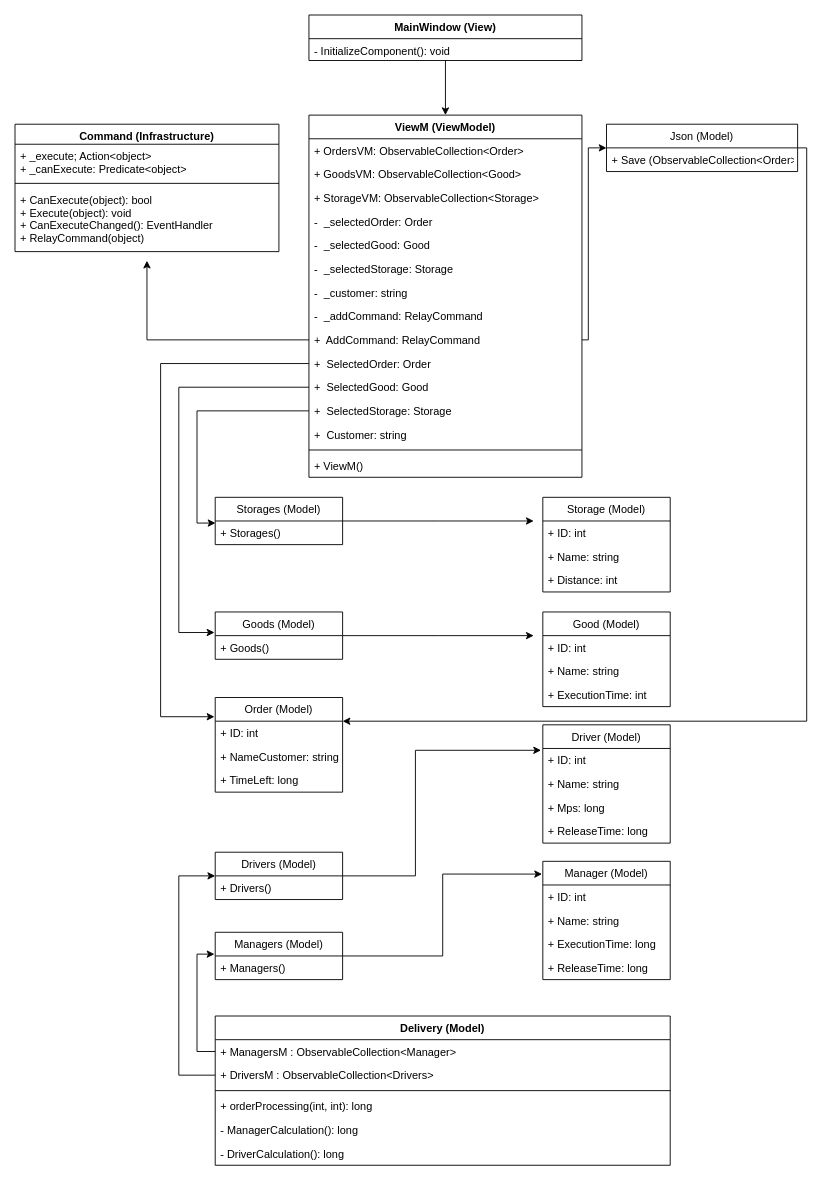
Above: Діаграми для 3-4 лр/trpz4_class.drawio in crowl1/trpz (draw.io), before the change. Source tidied: cells renumbered, new cells numbered last; positions are measured from the earlier drawing's top-left corner, leaving out a move shared by most shapes. Both pictures are drawn from the tidied source at 91%, with x=0, y=0 at pixel (15, 15).
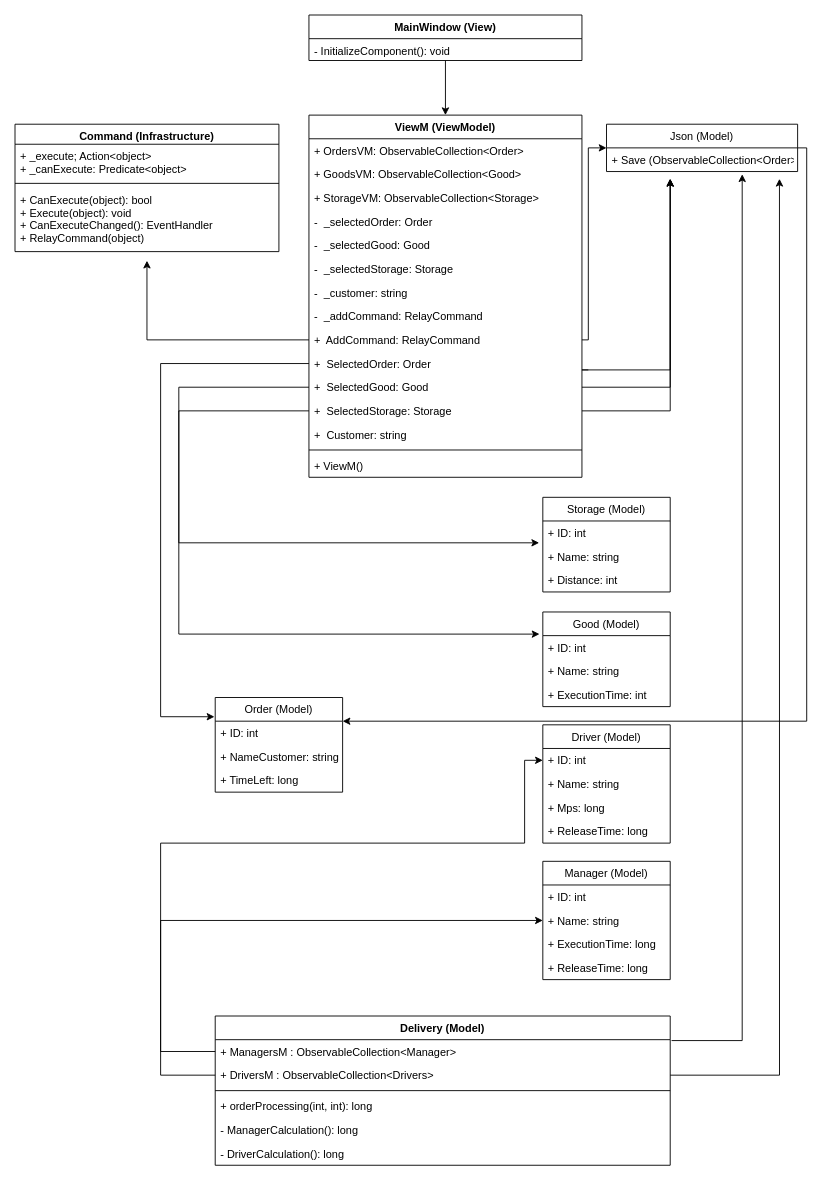
The same page after the edit.

Commit message:
оновлена діаграма

The change refers to these unchanged cells:
```xml
<mxCell id="23" value="+  SelectedGood: Good" style="text;strokeColor=none;fillColor=none;align=left;verticalAlign=top;spacingLeft=4;spacingRight=4;overflow=hidden;points=[[0,0.5],[1,0.5]];portConstraint=eastwest;" parent="12" vertex="1">
  <mxGeometry y="286" width="300" height="26" as="geometry" />
</mxCell>
<mxCell id="24" value="+  SelectedStorage: Storage" style="text;strokeColor=none;fillColor=none;align=left;verticalAlign=top;spacingLeft=4;spacingRight=4;overflow=hidden;points=[[0,0.5],[1,0.5]];portConstraint=eastwest;" parent="12" vertex="1">
  <mxGeometry y="312" width="300" height="26" as="geometry" />
</mxCell>
<mxCell id="31" value="+ ID: int" style="text;strokeColor=none;fillColor=none;align=left;verticalAlign=top;spacingLeft=4;spacingRight=4;overflow=hidden;points=[[0,0.5],[1,0.5]];portConstraint=eastwest;" parent="30" vertex="1">
  <mxGeometry y="26" width="140" height="26" as="geometry" />
</mxCell>
<mxCell id="35" value="+ ID: int" style="text;strokeColor=none;fillColor=none;align=left;verticalAlign=top;spacingLeft=4;spacingRight=4;overflow=hidden;points=[[0,0.5],[1,0.5]];portConstraint=eastwest;" parent="34" vertex="1">
  <mxGeometry y="26" width="140" height="26" as="geometry" />
</mxCell>
<mxCell id="39" value="Manager (Model)" style="swimlane;fontStyle=0;horizontal=1;startSize=26;fillColor=none;" parent="1" vertex="1">
  <mxGeometry x="580" y="930" width="140" height="130" as="geometry" />
</mxCell>
<mxCell id="41" value="+ Name: string" style="text;strokeColor=none;fillColor=none;align=left;verticalAlign=top;spacingLeft=4;spacingRight=4;overflow=hidden;points=[[0,0.5],[1,0.5]];portConstraint=eastwest;" parent="39" vertex="1">
  <mxGeometry y="52" width="140" height="26" as="geometry" />
</mxCell>
<mxCell id="47" value="+ Save (ObservableCollection&lt;Order&gt;)" style="text;strokeColor=none;fillColor=none;align=left;verticalAlign=top;spacingLeft=4;spacingRight=4;overflow=hidden;points=[[0,0.5],[1,0.5]];portConstraint=eastwest;" parent="46" vertex="1">
  <mxGeometry y="26" width="210" height="26" as="geometry" />
</mxCell>
<mxCell id="49" value="+ ManagersM : ObservableCollection&lt;Manager&gt;" style="text;strokeColor=none;fillColor=none;align=left;verticalAlign=top;spacingLeft=4;spacingRight=4;overflow=hidden;points=[[0,0.5],[1,0.5]];portConstraint=eastwest;" parent="48" vertex="1">
  <mxGeometry y="26" width="500" height="26" as="geometry" />
</mxCell>
<mxCell id="50" value="+ DriversM : ObservableCollection&lt;Drivers&gt;" style="text;strokeColor=none;fillColor=none;align=left;verticalAlign=top;spacingLeft=4;spacingRight=4;overflow=hidden;points=[[0,0.5],[1,0.5]];portConstraint=eastwest;" parent="48" vertex="1">
  <mxGeometry y="52" width="500" height="26" as="geometry" />
</mxCell>
```

Diff of the diagram source:
```diff
@@
-    <mxCell id="10" style="edgeStyle=orthogonalEdgeStyle;rounded=0;jettySize=auto;html=1;entryX=-0.014;entryY=0.077;entryDx=0;entryDy=0;entryPerimeter=0;" parent="1" edge="1" source="57" target="35">
-      <mxGeometry relative="1" as="geometry">
-        <Array as="points">
-          <mxPoint x="440" y="946" />
-          <mxPoint x="440" y="808" />
-        </Array>
-      </mxGeometry>
-    </mxCell>
-    <mxCell id="11" style="edgeStyle=orthogonalEdgeStyle;rounded=0;jettySize=auto;html=1;entryX=-0.006;entryY=0.108;entryDx=0;entryDy=0;entryPerimeter=0;" parent="1" edge="1" source="55" target="39">
-      <mxGeometry relative="1" as="geometry" />
-    </mxCell>
@@
-    <mxCell id="28" style="edgeStyle=orthogonalEdgeStyle;rounded=0;jettySize=auto;html=1;entryX=-0.006;entryY=-0.132;entryDx=0;entryDy=0;entryPerimeter=0;" parent="1" edge="1" source="23" target="74">
+    <mxCell id="28" style="edgeStyle=orthogonalEdgeStyle;rounded=0;jettySize=auto;html=1;entryX=-0.026;entryY=-0.064;entryDx=0;entryDy=0;entryPerimeter=0;" parent="1" edge="1" source="23" target="31">
       <mxGeometry relative="1" as="geometry">
         <Array as="points">
           <mxPoint x="180" y="409" />
-          <mxPoint x="180" y="679" />
+          <mxPoint x="180" y="680" />
         </Array>
       </mxGeometry>
     </mxCell>
-    <mxCell id="29" style="edgeStyle=orthogonalEdgeStyle;rounded=0;jettySize=auto;html=1;entryX=0.002;entryY=0.088;entryDx=0;entryDy=0;entryPerimeter=0;" parent="1" edge="1" source="24" target="67">
-      <mxGeometry relative="1" as="geometry" />
+    <mxCell id="29" style="edgeStyle=orthogonalEdgeStyle;rounded=0;jettySize=auto;html=1;exitX=1;exitY=0.5;exitDx=0;exitDy=0;" parent="1" edge="1" source="24">
+      <mxGeometry relative="1" as="geometry">
+        <mxPoint x="720" y="180" as="targetPoint" />
+        <Array as="points">
+          <mxPoint x="720" y="435" />
+        </Array>
+      </mxGeometry>
     </mxCell>
@@
-    <mxCell id="55" value="Managers (Model)" style="swimlane;fontStyle=0;horizontal=1;startSize=26;fillColor=none;" parent="1" vertex="1">
-      <mxGeometry x="220" y="1008" width="140" height="52" as="geometry" />
-    </mxCell>
-    <mxCell id="56" value="+ Managers()" style="text;strokeColor=none;fillColor=none;align=left;verticalAlign=top;spacingLeft=4;spacingRight=4;overflow=hidden;points=[[0,0.5],[1,0.5]];portConstraint=eastwest;" parent="55" vertex="1">
-      <mxGeometry y="26" width="140" height="26" as="geometry" />
-    </mxCell>
-    <mxCell id="57" value="Drivers (Model)" style="swimlane;fontStyle=0;horizontal=1;startSize=26;fillColor=none;" parent="1" vertex="1">
-      <mxGeometry x="220" y="920" width="140" height="52" as="geometry" />
-    </mxCell>
-    <mxCell id="58" value="+ Drivers()" style="text;strokeColor=none;fillColor=none;align=left;verticalAlign=top;spacingLeft=4;spacingRight=4;overflow=hidden;" parent="57" vertex="1">
-      <mxGeometry y="26" width="140" height="26" as="geometry" />
-    </mxCell>
@@
-    <mxCell id="63" style="edgeStyle=orthogonalEdgeStyle;rounded=0;jettySize=auto;html=1;entryX=0;entryY=0.5;entryDx=0;entryDy=0;exitX=0;exitY=0.5;exitDx=0;exitDy=0;" parent="1" edge="1" source="50" target="57">
+    <mxCell id="63" style="edgeStyle=orthogonalEdgeStyle;rounded=0;jettySize=auto;html=1;exitX=1;exitY=0.5;exitDx=0;exitDy=0;entryX=0.905;entryY=1.308;entryDx=0;entryDy=0;entryPerimeter=0;" parent="1" edge="1" source="50" target="47">
       <mxGeometry relative="1" as="geometry">
         <Array as="points">
-          <mxPoint x="180" y="1165" />
-          <mxPoint x="180" y="946" />
+          <mxPoint x="840" y="1165" />
         </Array>
       </mxGeometry>
     </mxCell>
-    <mxCell id="64" style="edgeStyle=orthogonalEdgeStyle;rounded=0;jettySize=auto;html=1;entryX=-0.006;entryY=-0.077;entryDx=0;entryDy=0;entryPerimeter=0;" parent="1" edge="1" source="49" target="56">
-      <mxGeometry relative="1" as="geometry" />
+    <mxCell id="64" style="edgeStyle=orthogonalEdgeStyle;rounded=0;jettySize=auto;html=1;exitX=1.003;exitY=0.038;exitDx=0;exitDy=0;exitPerimeter=0;entryX=0.71;entryY=1.115;entryDx=0;entryDy=0;entryPerimeter=0;" parent="1" edge="1" source="49" target="47">
+      <mxGeometry relative="1" as="geometry">
+        <Array as="points">
+          <mxPoint x="799" y="1127" />
+        </Array>
+      </mxGeometry>
     </mxCell>
-    <mxCell id="65" style="edgeStyle=orthogonalEdgeStyle;rounded=0;jettySize=auto;html=1;" parent="1" edge="1" source="66">
-      <mxGeometry relative="1" as="geometry">
-        <mxPoint x="570" y="556" as="targetPoint" />
-      </mxGeometry>
-    </mxCell>
-    <mxCell id="66" value="Storages (Model)" style="swimlane;fontStyle=0;horizontal=1;startSize=26;fillColor=none;" parent="1" vertex="1">
-      <mxGeometry x="220" y="530" width="140" height="52" as="geometry" />
-    </mxCell>
-    <mxCell id="67" value="+ Storages()" style="text;strokeColor=none;fillColor=none;align=left;verticalAlign=top;spacingLeft=4;spacingRight=4;overflow=hidden;points=[[0,0.5],[1,0.5]];portConstraint=eastwest;" parent="66" vertex="1">
-      <mxGeometry y="26" width="140" height="26" as="geometry" />
-    </mxCell>
@@
-    <mxCell id="72" style="edgeStyle=orthogonalEdgeStyle;rounded=0;jettySize=auto;html=1;" parent="1" edge="1" source="73">
-      <mxGeometry relative="1" as="geometry">
-        <mxPoint x="570" y="682" as="targetPoint" />
-      </mxGeometry>
-    </mxCell>
-    <mxCell id="73" value="Goods (Model)" style="swimlane;fontStyle=0;horizontal=1;startSize=26;fillColor=none;" parent="1" vertex="1">
-      <mxGeometry x="220" y="656" width="140" height="52" as="geometry" />
-    </mxCell>
-    <mxCell id="74" value="+ Goods()" style="text;strokeColor=none;fillColor=none;align=left;verticalAlign=top;spacingLeft=4;spacingRight=4;overflow=hidden;points=[[0,0.5],[1,0.5]];portConstraint=eastwest;" parent="73" vertex="1">
-      <mxGeometry y="26" width="140" height="26" as="geometry" />
-    </mxCell>
@@
+    <mxCell id="76" style="edgeStyle=orthogonalEdgeStyle;rounded=0;jettySize=auto;html=1;exitX=1;exitY=0.5;exitDx=0;exitDy=0;" parent="1" edge="1" source="23">
+      <mxGeometry relative="1" as="geometry">
+        <mxPoint x="720" y="180" as="targetPoint" />
+        <Array as="points">
+          <mxPoint x="720" y="409" />
+        </Array>
+      </mxGeometry>
+    </mxCell>
+    <mxCell id="77" style="edgeStyle=orthogonalEdgeStyle;rounded=0;orthogonalLoop=1;jettySize=auto;html=1;" parent="1" edge="1">
+      <mxGeometry relative="1" as="geometry">
+        <mxPoint x="630" y="390" as="sourcePoint" />
+        <mxPoint x="720" y="180" as="targetPoint" />
+        <Array as="points">
+          <mxPoint x="623" y="390" />
+          <mxPoint x="720" y="390" />
+        </Array>
+      </mxGeometry>
+    </mxCell>
+    <mxCell id="78" style="edgeStyle=orthogonalEdgeStyle;rounded=0;jettySize=auto;html=1;exitX=0;exitY=0.5;exitDx=0;exitDy=0;" parent="1" edge="1" source="24">
+      <mxGeometry relative="1" as="geometry">
+        <mxPoint x="576" y="580" as="targetPoint" />
+        <Array as="points">
+          <mxPoint x="180" y="435" />
+          <mxPoint x="180" y="580" />
+        </Array>
+      </mxGeometry>
+    </mxCell>
+    <mxCell id="79" style="edgeStyle=orthogonalEdgeStyle;rounded=0;jettySize=auto;html=1;entryX=0;entryY=0.5;entryDx=0;entryDy=0;" parent="1" edge="1" source="49" target="41">
+      <mxGeometry relative="1" as="geometry">
+        <Array as="points">
+          <mxPoint x="160" y="1139" />
+          <mxPoint x="160" y="995" />
+        </Array>
+      </mxGeometry>
+    </mxCell>
+    <mxCell id="80" style="edgeStyle=orthogonalEdgeStyle;rounded=0;jettySize=auto;html=1;entryX=0;entryY=0.5;entryDx=0;entryDy=0;" parent="1" edge="1" source="50" target="35">
+      <mxGeometry relative="1" as="geometry">
+        <Array as="points">
+          <mxPoint x="160" y="1165" />
+          <mxPoint x="160" y="910" />
+          <mxPoint x="560" y="910" />
+          <mxPoint x="560" y="819" />
+        </Array>
+      </mxGeometry>
+    </mxCell>
```
